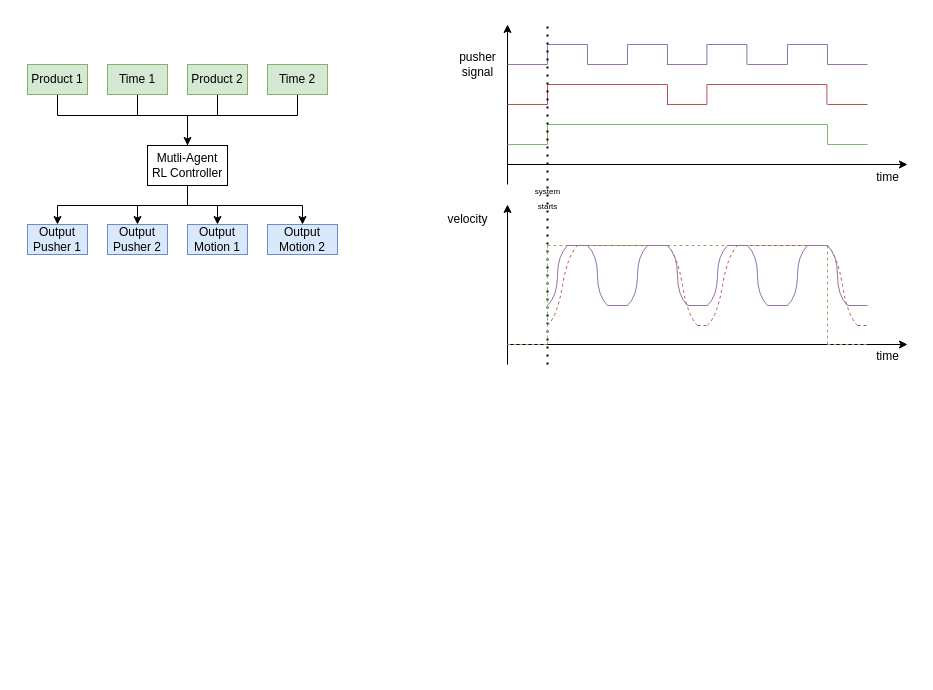
The draw.io diagram Distributed Cam Switch.drawio in RiemannLee19/UMLs, before the edit. Source tidied: cells renumbered, new cells numbered last; positions are measured from the earlier drawing's top-left corner, leaving out a move shared by most shapes. Both pictures are drawn from the tidied source at 100%, with x=0, y=0 at pixel (27, 24).
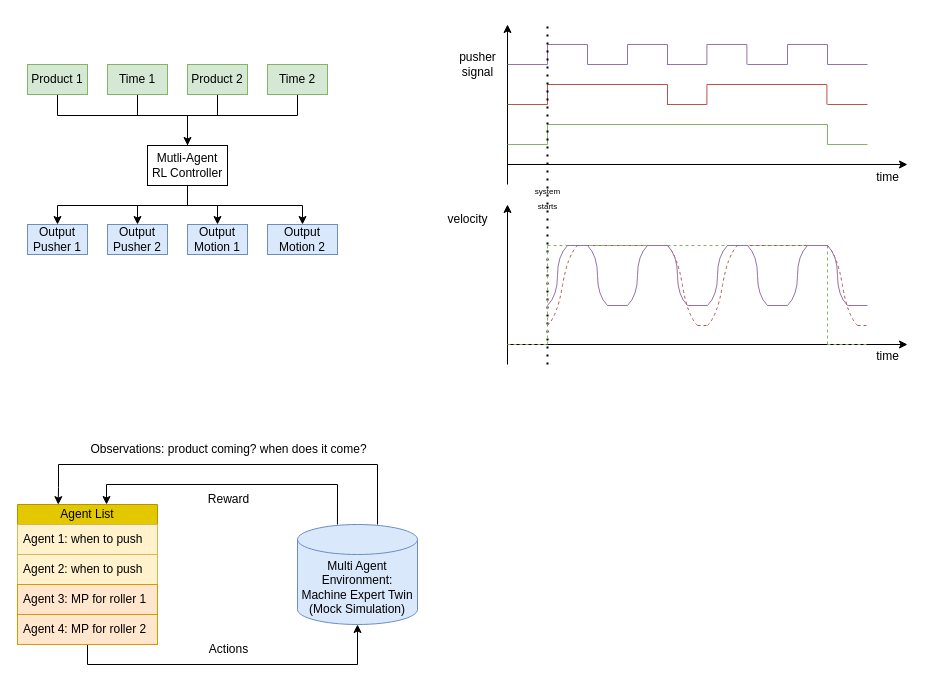
The same diagram, later.

Diff of the diagram source:
```diff
@@
+    <mxCell id="89" value="Actions" style="text;html=1;align=center;verticalAlign=middle;strokeColor=none;fillColor=none;fontSize=12;" parent="1" vertex="1">
+      <mxGeometry x="170.5" y="610" width="60" height="30" as="geometry" />
+    </mxCell>
+    <mxCell id="90" value="Observations: product coming? when does it come?" style="text;html=1;align=center;verticalAlign=middle;strokeColor=none;fillColor=none;" parent="1" vertex="1">
+      <mxGeometry x="50.5" y="410" width="300" height="30" as="geometry" />
+    </mxCell>
+    <mxCell id="91" value="Reward" style="text;html=1;align=center;verticalAlign=middle;strokeColor=none;fillColor=none;" parent="1" vertex="1">
+      <mxGeometry x="170.5" y="460" width="60" height="30" as="geometry" />
+    </mxCell>
+    <mxCell id="92" style="edgeStyle=orthogonalEdgeStyle;rounded=0;jettySize=auto;html=1;entryX=0.636;entryY=0;entryDx=0;entryDy=0;exitX=0.333;exitY=0;exitDx=0;exitDy=0;exitPerimeter=0;entryPerimeter=0;" parent="1" edge="1" source="94" target="96">
+      <mxGeometry relative="1" as="geometry">
+        <Array as="points">
+          <mxPoint x="310" y="460" />
+          <mxPoint x="79" y="460" />
+        </Array>
+      </mxGeometry>
+    </mxCell>
+    <mxCell id="93" style="edgeStyle=orthogonalEdgeStyle;rounded=0;jettySize=auto;html=1;exitX=0.667;exitY=0;exitDx=0;exitDy=0;exitPerimeter=0;entryX=0.291;entryY=0.001;entryDx=0;entryDy=0;entryPerimeter=0;" parent="1" edge="1" source="94" target="96">
+      <mxGeometry relative="1" as="geometry">
+        <Array as="points">
+          <mxPoint x="350" y="440" />
+          <mxPoint x="31" y="440" />
+          <mxPoint x="31" y="463" />
+        </Array>
+      </mxGeometry>
+    </mxCell>
+    <mxCell id="94" value="Multi Agent Environment:&lt;div&gt;Machine Expert Twin&lt;div&gt;(Mock Simulation)&lt;/div&gt;&lt;/div&gt;" style="shape=cylinder3;whiteSpace=wrap;html=1;boundedLbl=1;backgroundOutline=1;size=15;fillColor=#dae8fc;strokeColor=#6c8ebf;" parent="1" vertex="1">
+      <mxGeometry x="270" y="500" width="120" height="100" as="geometry" />
+    </mxCell>
+    <mxCell id="95" style="edgeStyle=orthogonalEdgeStyle;rounded=0;jettySize=auto;html=1;" parent="1" edge="1" source="96" target="94">
+      <mxGeometry relative="1" as="geometry">
+        <Array as="points">
+          <mxPoint x="60" y="640" />
+          <mxPoint x="330" y="640" />
+        </Array>
+      </mxGeometry>
+    </mxCell>
+    <mxCell id="96" value="Agent List" style="swimlane;fontStyle=0;horizontal=1;startSize=20;whiteSpace=wrap;html=1;fillColor=#e3c800;strokeColor=#B09500;fontColor=#000000;" parent="1" vertex="1">
+      <mxGeometry x="-10" y="480" width="140" height="140" as="geometry" />
+    </mxCell>
+    <mxCell id="97" value="Agent 1: when to push" style="text;strokeColor=#d6b656;fillColor=#fff2cc;align=left;verticalAlign=middle;spacingLeft=4;spacingRight=4;overflow=hidden;whiteSpace=wrap;html=1;" parent="96" vertex="1">
+      <mxGeometry y="20" width="140" height="30" as="geometry" />
+    </mxCell>
+    <mxCell id="98" value="Agent 2: when to push" style="text;strokeColor=#d6b656;fillColor=#fff2cc;align=left;verticalAlign=middle;spacingLeft=4;spacingRight=4;overflow=hidden;whiteSpace=wrap;html=1;" parent="96" vertex="1">
+      <mxGeometry y="50" width="140" height="30" as="geometry" />
+    </mxCell>
+    <mxCell id="99" value="Agent 3: MP for roller 1" style="text;strokeColor=#d79b00;fillColor=#ffe6cc;align=left;verticalAlign=middle;spacingLeft=4;spacingRight=4;overflow=hidden;whiteSpace=wrap;html=1;" parent="96" vertex="1">
+      <mxGeometry y="80" width="140" height="30" as="geometry" />
+    </mxCell>
+    <mxCell id="100" value="Agent 4: MP for roller 2" style="text;strokeColor=#d79b00;fillColor=#ffe6cc;align=left;verticalAlign=middle;spacingLeft=4;spacingRight=4;overflow=hidden;whiteSpace=wrap;html=1;" parent="96" vertex="1">
+      <mxGeometry y="110" width="140" height="30" as="geometry" />
+    </mxCell>
```
